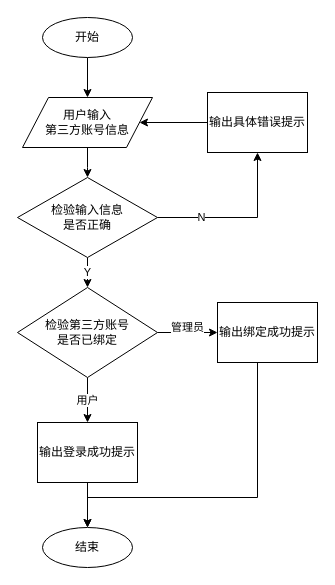
Before: 第三方.drawio in ooolky/YuSchool, a draw.io diagram. Source tidied: cells renumbered, new cells numbered last; positions are measured from the earlier drawing's top-left corner, leaving out a move shared by most shapes. Both pictures are drawn from the tidied source at 100%, with x=0, y=0 at pixel (17, 17).
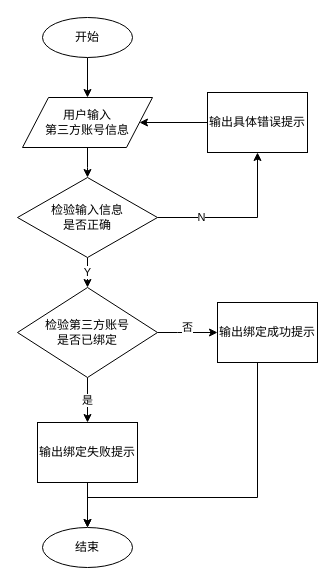
Above is the later version.

Commit message (it also covers changes not shown here):
更新第三方.drawio

The change refers to these unchanged cells:
```xml
<mxCell id="16" value="检验第三方账号&lt;br&gt;是否已绑定" style="rhombus;whiteSpace=wrap;html=1;" parent="1" vertex="1">
  <mxGeometry y="270" width="140" height="90" as="geometry" />
</mxCell>
<mxCell id="18" value="输出绑定成功提示" style="rounded=0;whiteSpace=wrap;html=1;" parent="1" vertex="1">
  <mxGeometry x="200" y="285" width="100" height="60" as="geometry" />
</mxCell>
```

What changed in the source:
```diff
@@
-    <mxCell id="12" value="输出登录成功提示" style="rounded=0;whiteSpace=wrap;html=1;" parent="1" vertex="1">
+    <mxCell id="12" value="输出绑定失败提示" style="rounded=0;whiteSpace=wrap;html=1;" parent="1" vertex="1">
       <mxGeometry x="20" y="405" width="100" height="60" as="geometry" />
     </mxCell>
@@
-    <mxCell id="14" value="用户" style="edgeStyle=orthogonalEdgeStyle;rounded=0;jettySize=auto;html=1;exitX=0.5;exitY=1;exitDx=0;exitDy=0;entryX=0.5;entryY=0;entryDx=0;entryDy=0;" parent="1" edge="1" source="16" target="12">
+    <mxCell id="14" value="是" style="edgeStyle=orthogonalEdgeStyle;rounded=0;jettySize=auto;html=1;exitX=0.5;exitY=1;exitDx=0;exitDy=0;entryX=0.5;entryY=0;entryDx=0;entryDy=0;" parent="1" edge="1" source="16" target="12">
       <mxGeometry relative="1" as="geometry" />
     </mxCell>
-    <mxCell id="15" value="管理员" style="edgeStyle=orthogonalEdgeStyle;rounded=0;jettySize=auto;html=1;" parent="1" edge="1" source="16" target="18">
+    <mxCell id="15" value="否" style="edgeStyle=orthogonalEdgeStyle;rounded=0;jettySize=auto;html=1;" parent="1" edge="1" source="16" target="18">
       <mxGeometry y="5" relative="1" as="geometry">
         <Array as="points">
           <mxPoint x="160" y="315" />
           <mxPoint x="160" y="315" />
         </Array>
       </mxGeometry>
     </mxCell>
```
